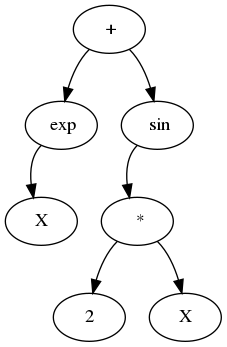
Earlier version of the Graphviz export diff/tree.png (alextroegubov/Technotrack-C-course). Its source is kept beside it as diff/tree.dot.
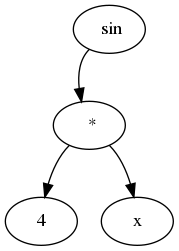
After the commit.

What changed in the source:
```diff
@@ -1,16 +1,10 @@
 digraph G {
-94643675821712[label = "X"]
-94643675822832[label = " exp"]
-94643675822832:sw ->94643675821712;
-94643675823232[label = " +"]
-94643675823232:sw ->94643675822832;
-94643675823232:se ->94643675823152;
-94643675822912[label = "2"]
-94643675823072[label = " *"]
-94643675823072:sw ->94643675822912;
-94643675823072:se ->94643675822992;
-94643675822992[label = "X"]
-94643675823152[label = " sin"]
-94643675823152:sw ->94643675823072;
+94923691497104[label = "4"]
+94923691497264[label = " *"]
+94923691497264:sw ->94923691497104;
+94923691497264:se ->94923691497184;
+94923691497184[label = "x"]
+94923691497344[label = " sin"]
+94923691497344:sw ->94923691497264;
 
 }
```
